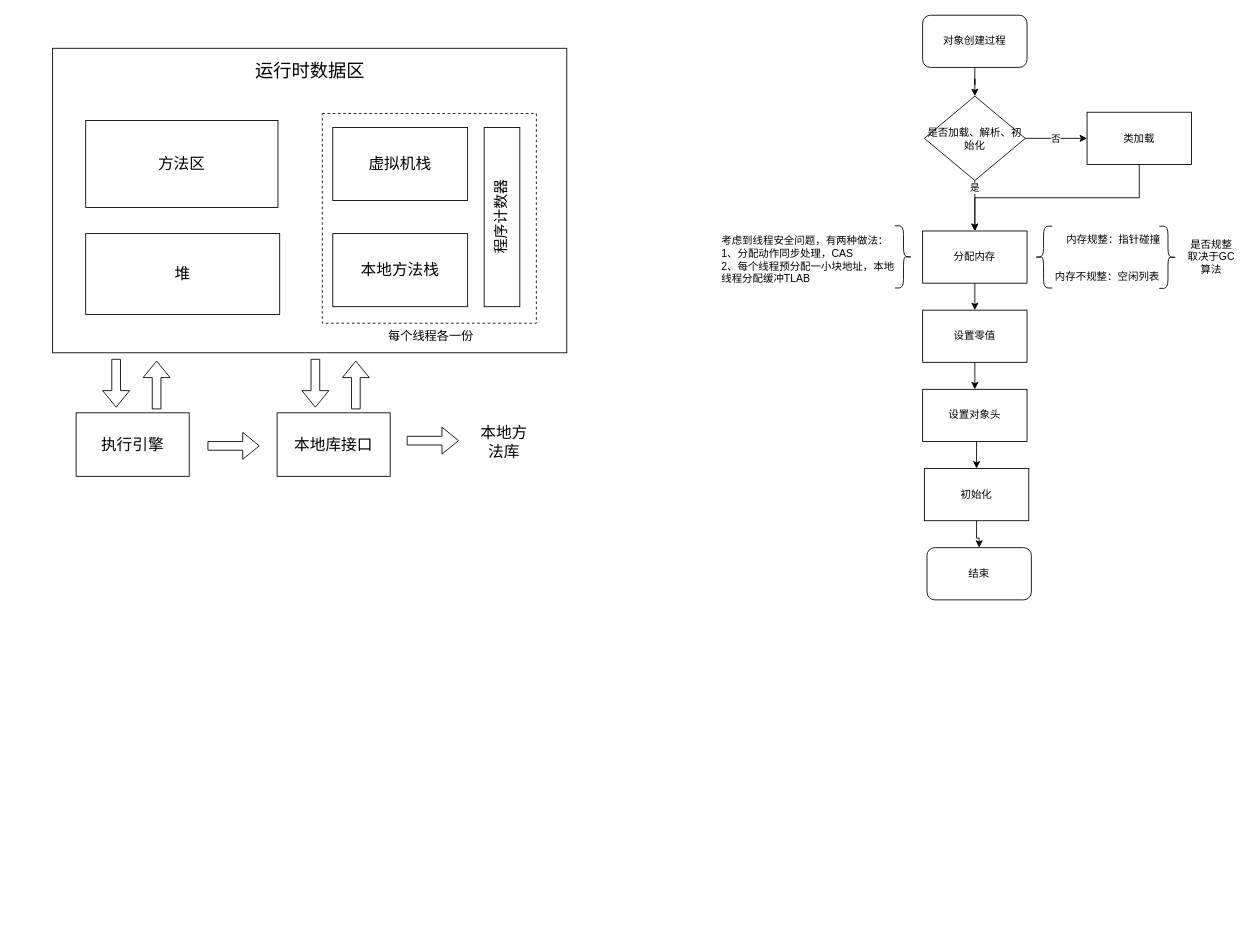
Above: jvm相关.drawio in muyistarsky/essay (draw.io), before the change. Source tidied: cells renumbered, new cells numbered last; positions are measured from the earlier drawing's top-left corner, leaving out a move shared by most shapes. Both pictures are drawn from the tidied source at 87%, with x=0, y=0 at pixel (52, 15).
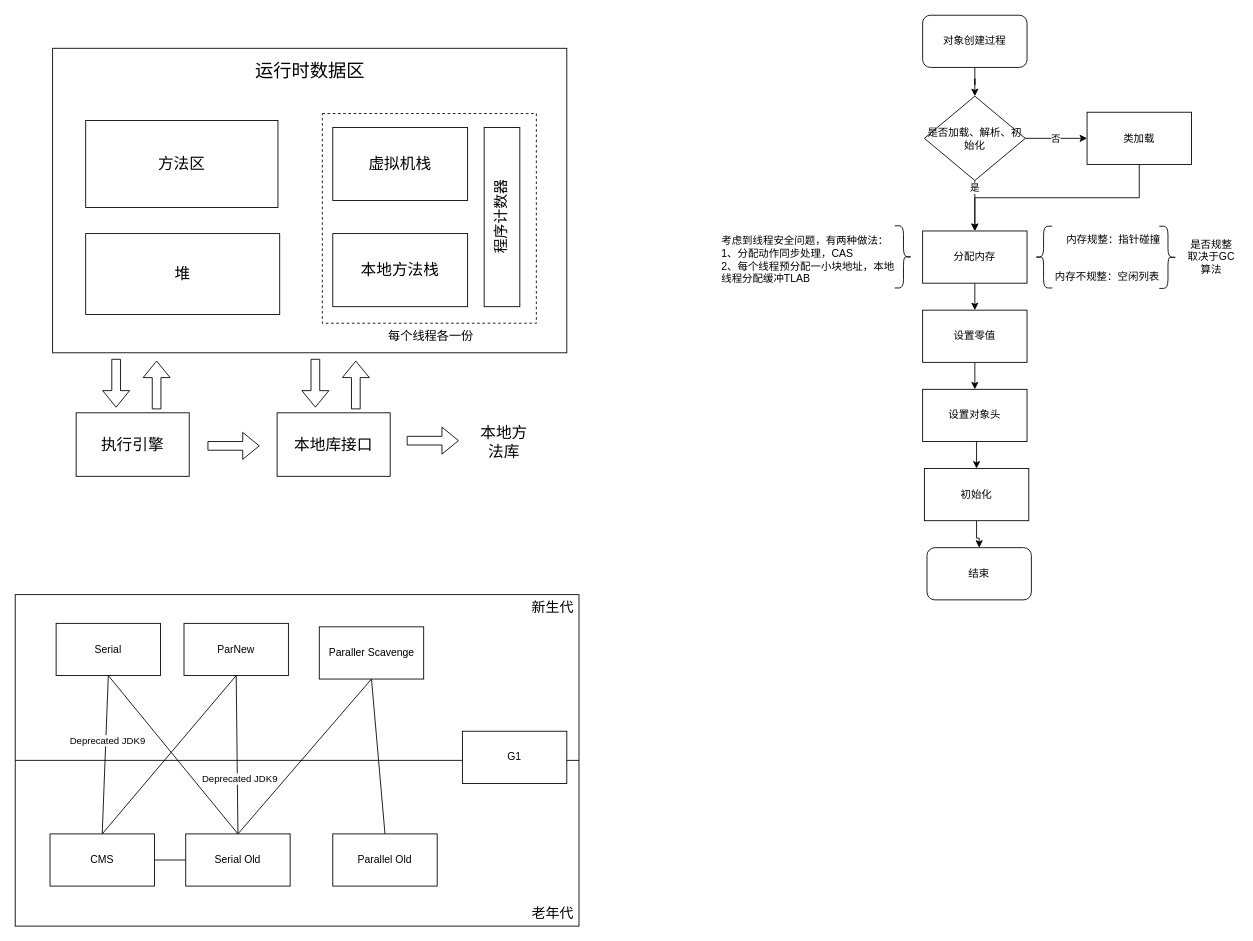
Above is the later version.

What changed in the source:
```diff
@@
+    <mxCell id="45" style="rounded=0;whiteSpace=wrap;html=1;" parent="1" vertex="1">
+      <mxGeometry x="-43" y="666" width="648" height="381" as="geometry" />
+    </mxCell>
+    <mxCell id="46" style="endArrow=none;html=1;rounded=0;entryX=1;entryY=0.5;entryDx=0;entryDy=0;exitX=0;exitY=0.5;exitDx=0;exitDy=0;" parent="1" edge="1" source="45" target="45">
+      <mxGeometry relative="1" as="geometry" />
+    </mxCell>
+    <mxCell id="47" value="CMS" style="rounded=0;whiteSpace=wrap;html=1;" parent="1" vertex="1">
+      <mxGeometry x="-3" y="941" width="120" height="60" as="geometry" />
+    </mxCell>
+    <mxCell id="48" value="Serial" style="rounded=0;whiteSpace=wrap;html=1;" parent="1" vertex="1">
+      <mxGeometry x="4" y="699" width="120" height="60" as="geometry" />
+    </mxCell>
+    <mxCell id="49" value="ParNew" style="rounded=0;whiteSpace=wrap;html=1;" parent="1" vertex="1">
+      <mxGeometry x="151" y="699" width="120" height="60" as="geometry" />
+    </mxCell>
+    <mxCell id="50" value="G1" style="rounded=0;whiteSpace=wrap;html=1;" parent="1" vertex="1">
+      <mxGeometry x="471" y="823" width="120" height="60" as="geometry" />
+    </mxCell>
+    <mxCell id="51" value="Paraller Scavenge" style="rounded=0;whiteSpace=wrap;html=1;" parent="1" vertex="1">
+      <mxGeometry x="306.5" y="703" width="120" height="60" as="geometry" />
+    </mxCell>
+    <mxCell id="52" value="Serial Old" style="rounded=0;whiteSpace=wrap;html=1;" parent="1" vertex="1">
+      <mxGeometry x="153" y="941" width="120" height="60" as="geometry" />
+    </mxCell>
+    <mxCell id="53" value="Parallel Old" style="rounded=0;whiteSpace=wrap;html=1;" parent="1" vertex="1">
+      <mxGeometry x="322" y="941" width="120" height="60" as="geometry" />
+    </mxCell>
+    <mxCell id="54" style="endArrow=none;html=1;rounded=0;entryX=0.5;entryY=1;entryDx=0;entryDy=0;exitX=0.5;exitY=0;exitDx=0;exitDy=0;" parent="1" edge="1" source="52" target="48">
+      <mxGeometry relative="1" as="geometry" />
+    </mxCell>
+    <mxCell id="55" style="endArrow=none;html=1;rounded=0;entryX=0.5;entryY=1;entryDx=0;entryDy=0;exitX=0.5;exitY=0;exitDx=0;exitDy=0;" parent="1" edge="1" source="52" target="49">
+      <mxGeometry relative="1" as="geometry" />
+    </mxCell>
+    <mxCell id="56" value="Deprecated JDK9" style="edgeLabel;html=1;align=center;verticalAlign=middle;" parent="55" vertex="1">
+      <mxGeometry x="-0.31" y="-2" relative="1" as="geometry" />
+    </mxCell>
+    <mxCell id="57" style="endArrow=none;html=1;rounded=0;entryX=0.5;entryY=1;entryDx=0;entryDy=0;exitX=0.5;exitY=0;exitDx=0;exitDy=0;" parent="1" edge="1" source="52" target="51">
+      <mxGeometry relative="1" as="geometry" />
+    </mxCell>
+    <mxCell id="58" style="endArrow=none;html=1;rounded=0;exitX=0.5;exitY=0;exitDx=0;exitDy=0;entryX=0.5;entryY=1;entryDx=0;entryDy=0;" parent="1" edge="1" source="47" target="48">
+      <mxGeometry relative="1" as="geometry" />
+    </mxCell>
+    <mxCell id="59" value="Deprecated JDK9" style="edgeLabel;html=1;align=center;verticalAlign=middle;" parent="58" vertex="1">
+      <mxGeometry x="0.19" y="-1" relative="1" as="geometry" />
+    </mxCell>
+    <mxCell id="60" style="endArrow=none;html=1;rounded=0;exitX=0.5;exitY=0;exitDx=0;exitDy=0;entryX=0.5;entryY=1;entryDx=0;entryDy=0;" parent="1" edge="1" source="47" target="49">
+      <mxGeometry relative="1" as="geometry" />
+    </mxCell>
+    <mxCell id="61" style="endArrow=none;html=1;rounded=0;exitX=0.5;exitY=0;exitDx=0;exitDy=0;entryX=0.5;entryY=1;entryDx=0;entryDy=0;" parent="1" edge="1" source="53" target="51">
+      <mxGeometry relative="1" as="geometry" />
+    </mxCell>
+    <mxCell id="62" style="endArrow=none;html=1;rounded=0;exitX=1;exitY=0.5;exitDx=0;exitDy=0;entryX=0;entryY=0.5;entryDx=0;entryDy=0;" parent="1" edge="1" source="47" target="52">
+      <mxGeometry relative="1" as="geometry" />
+    </mxCell>
+    <mxCell id="63" value="&lt;font style=&quot;font-size: 16px;&quot;&gt;新生代&lt;/font&gt;" style="text;html=1;align=center;verticalAlign=middle;whiteSpace=wrap;rounded=0;" parent="1" vertex="1">
+      <mxGeometry x="545" y="666" width="60" height="30" as="geometry" />
+    </mxCell>
+    <mxCell id="64" value="&lt;font style=&quot;font-size: 16px;&quot;&gt;老年代&lt;/font&gt;" style="text;html=1;align=center;verticalAlign=middle;whiteSpace=wrap;rounded=0;" parent="1" vertex="1">
+      <mxGeometry x="545" y="1017" width="60" height="30" as="geometry" />
+    </mxCell>
```
